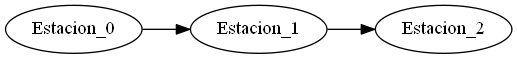
Before: Proyectos/Proyecto2_201504482/archivo_Servicios.png, a diagram exported from Graphviz (jimzi94/Tareas). Its source is kept beside it as Proyectos/Proyecto2_201504482/archivo_Servicios.dot.
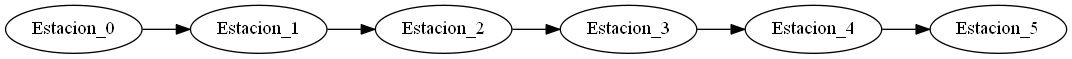
Later version of the same file.

The edit, as a diff of the source:
```diff
@@ -1,3 +1,6 @@
 digraph {rankdir=LR
 Estacion_0->
-Estacion_1->Estacion_2}
+Estacion_1->
+Estacion_2->
+Estacion_3->
+Estacion_4->Estacion_5}
```
